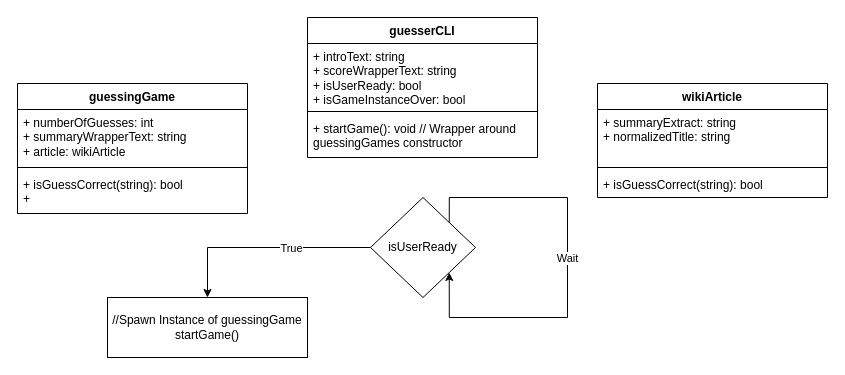
Above: wikiTitleGuesser.drawio in Chandler9Wilson/guess_the_wiki_title (draw.io), before the change. Source tidied: cells renumbered, new cells numbered last; positions are measured from the earlier drawing's top-left corner, leaving out a move shared by most shapes. Both pictures are drawn from the tidied source at 100%, with x=0, y=0 at pixel (17, 17).
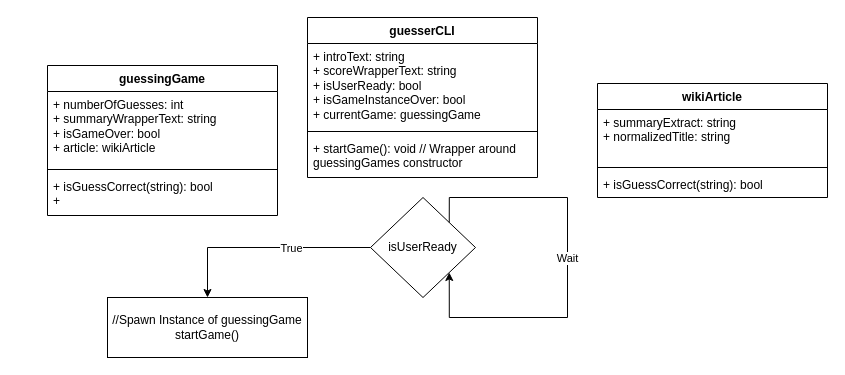
Above is the later version.

The edit, as a diff of the source:
```diff
@@
     <mxCell id="6" value="guesserCLI" style="swimlane;fontStyle=1;align=center;verticalAlign=top;horizontal=1;startSize=26;whiteSpace=wrap;html=1;" parent="1" vertex="1">
-      <mxGeometry x="290" width="230" height="140" as="geometry" />
+      <mxGeometry x="290" width="230" height="160" as="geometry" />
     </mxCell>
-    <mxCell id="7" value="+ introText: string&lt;br&gt;+ scoreWrapperText: string&lt;br&gt;+ isUserReady: bool&lt;br style=&quot;border-color: var(--border-color);&quot;&gt;+ isGameInstanceOver: bool" style="text;strokeColor=none;fillColor=none;align=left;verticalAlign=top;spacingLeft=4;spacingRight=4;overflow=hidden;whiteSpace=wrap;html=1;" parent="6" vertex="1">
-      <mxGeometry y="26" width="230" height="64" as="geometry" />
+    <mxCell id="7" value="+ introText: string&lt;br&gt;+ scoreWrapperText: string&lt;br&gt;+ isUserReady: bool&lt;br style=&quot;border-color: var(--border-color);&quot;&gt;+ isGameInstanceOver: bool&lt;br&gt;+ currentGame: guessingGame" style="text;strokeColor=none;fillColor=none;align=left;verticalAlign=top;spacingLeft=4;spacingRight=4;overflow=hidden;whiteSpace=wrap;html=1;" parent="6" vertex="1">
+      <mxGeometry y="26" width="230" height="84" as="geometry" />
     </mxCell>
     <mxCell id="8" style="line;strokeWidth=1;fillColor=none;align=left;verticalAlign=middle;spacingTop=-1;spacingLeft=3;spacingRight=3;labelPosition=right;strokeColor=inherit;" parent="6" vertex="1">
-      <mxGeometry y="90" width="230" height="8" as="geometry" />
+      <mxGeometry y="110" width="230" height="8" as="geometry" />
     </mxCell>
     <mxCell id="9" value="+ startGame(): void // Wrapper around guessingGames constructor" style="text;strokeColor=none;fillColor=none;align=left;verticalAlign=top;spacingLeft=4;spacingRight=4;overflow=hidden;whiteSpace=wrap;html=1;" parent="6" vertex="1">
-      <mxGeometry y="98" width="230" height="42" as="geometry" />
+      <mxGeometry y="118" width="230" height="42" as="geometry" />
     </mxCell>
     <mxCell id="10" value="guessingGame" style="swimlane;fontStyle=1;align=center;verticalAlign=top;horizontal=1;startSize=26;whiteSpace=wrap;html=1;" parent="1" vertex="1">
-      <mxGeometry y="66" width="230" height="130" as="geometry" />
+      <mxGeometry x="30" y="48" width="230" height="150" as="geometry" />
     </mxCell>
-    <mxCell id="11" value="+ numberOfGuesses: int&lt;br&gt;+ summaryWrapperText: string&lt;br&gt;+ article: wikiArticle" style="text;strokeColor=none;fillColor=none;align=left;verticalAlign=top;spacingLeft=4;spacingRight=4;overflow=hidden;whiteSpace=wrap;html=1;" parent="10" vertex="1">
-      <mxGeometry y="26" width="230" height="54" as="geometry" />
+    <mxCell id="11" value="+ numberOfGuesses: int&lt;br&gt;+ summaryWrapperText: string&lt;br&gt;+ isGameOver: bool&lt;br style=&quot;border-color: var(--border-color);&quot;&gt;+ article: wikiArticle" style="text;strokeColor=none;fillColor=none;align=left;verticalAlign=top;spacingLeft=4;spacingRight=4;overflow=hidden;whiteSpace=wrap;html=1;" parent="10" vertex="1">
+      <mxGeometry y="26" width="230" height="74" as="geometry" />
     </mxCell>
     <mxCell id="12" style="line;strokeWidth=1;fillColor=none;align=left;verticalAlign=middle;spacingTop=-1;spacingLeft=3;spacingRight=3;labelPosition=right;strokeColor=inherit;" parent="10" vertex="1">
-      <mxGeometry y="80" width="230" height="8" as="geometry" />
+      <mxGeometry y="100" width="230" height="8" as="geometry" />
     </mxCell>
     <mxCell id="13" value="+ isGuessCorrect(string): bool&lt;br&gt;+&amp;nbsp;" style="text;strokeColor=none;fillColor=none;align=left;verticalAlign=top;spacingLeft=4;spacingRight=4;overflow=hidden;whiteSpace=wrap;html=1;" parent="10" vertex="1">
-      <mxGeometry y="88" width="230" height="42" as="geometry" />
+      <mxGeometry y="108" width="230" height="42" as="geometry" />
     </mxCell>
```
